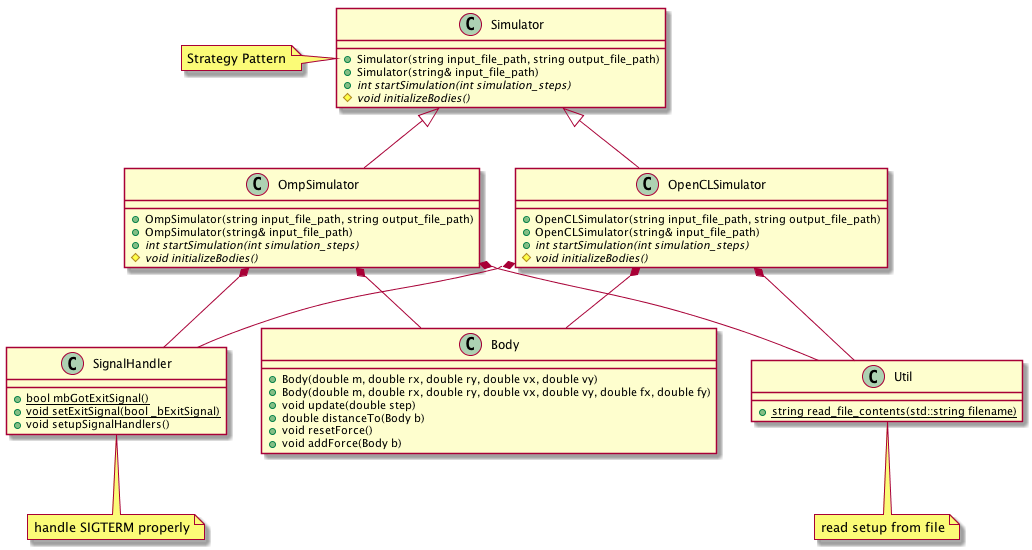
The PlantUML diagram presentation/img/classes.png in roechi/nbody_psys17, before a commit. Its diagram source:
```plantuml
@startuml

Simulator <|-- OmpSimulator
Simulator <|-- OpenCLSimulator
OmpSimulator *-- SignalHandler
OpenCLSimulator *-- SignalHandler

OmpSimulator *-- Body
OpenCLSimulator *-- Body

OmpSimulator *-- Util
OpenCLSimulator *-- Util


class Simulator {
  +Simulator(string input_file_path, string output_file_path)
  +Simulator(string& input_file_path)
  +{abstract} int startSimulation(int simulation_steps)
  #{abstract} void initializeBodies()
}
note left: Strategy Pattern

class OmpSimulator {
  +OmpSimulator(string input_file_path, string output_file_path)
  +OmpSimulator(string& input_file_path)
  +{abstract} int startSimulation(int simulation_steps)
  #{abstract} void initializeBodies()
}

class OpenCLSimulator {
  +OpenCLSimulator(string input_file_path, string output_file_path)
  +OpenCLSimulator(string& input_file_path)
  +{abstract} int startSimulation(int simulation_steps)
  #{abstract} void initializeBodies()
}

class Util {
  +{static} string read_file_contents(std::string filename)
}
note bottom: read setup from file

class Body {
  +Body(double m, double rx, double ry, double vx, double vy)
  +Body(double m, double rx, double ry, double vx, double vy, double fx, double fy)
  +void update(double step)
  +double distanceTo(Body b)
  +void resetForce()
  +void addForce(Body b)
}

class SignalHandler {
  +{static} bool mbGotExitSignal()
  +{static} void setExitSignal(bool _bExitSignal)
  +void setupSignalHandlers()
}
note bottom: handle SIGTERM properly

@enduml
```
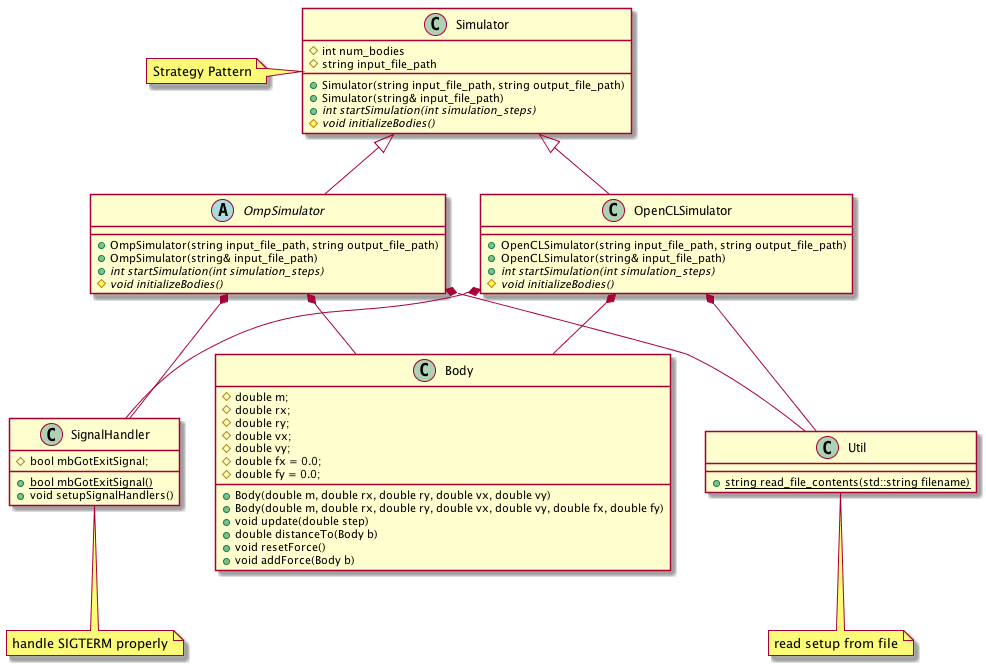
Later version of the same file.

Commit message:
updates UML diagram

What changed in the source:
```diff
@@ -13,6 +13,8 @@
 
 
 class Simulator {
+  #int num_bodies
+  #string input_file_path
   +Simulator(string input_file_path, string output_file_path)
   +Simulator(string& input_file_path)
   +{abstract} int startSimulation(int simulation_steps)
@@ -20,7 +22,7 @@
 }
 note left: Strategy Pattern
 
-class OmpSimulator {
+abstract class OmpSimulator {
   +OmpSimulator(string input_file_path, string output_file_path)
   +OmpSimulator(string& input_file_path)
   +{abstract} int startSimulation(int simulation_steps)
@@ -40,6 +42,13 @@
 note bottom: read setup from file
 
 class Body {
+  #double m;
+  #double rx;
+  #double ry;
+  #double vx;
+  #double vy;
+  #double fx = 0.0;
+  #double fy = 0.0;
   +Body(double m, double rx, double ry, double vx, double vy)
   +Body(double m, double rx, double ry, double vx, double vy, double fx, double fy)
   +void update(double step)
@@ -49,8 +58,8 @@
 }
 
 class SignalHandler {
+  #bool mbGotExitSignal;
   +{static} bool mbGotExitSignal()
-  +{static} void setExitSignal(bool _bExitSignal)
   +void setupSignalHandlers()
 }
 note bottom: handle SIGTERM properly
```
